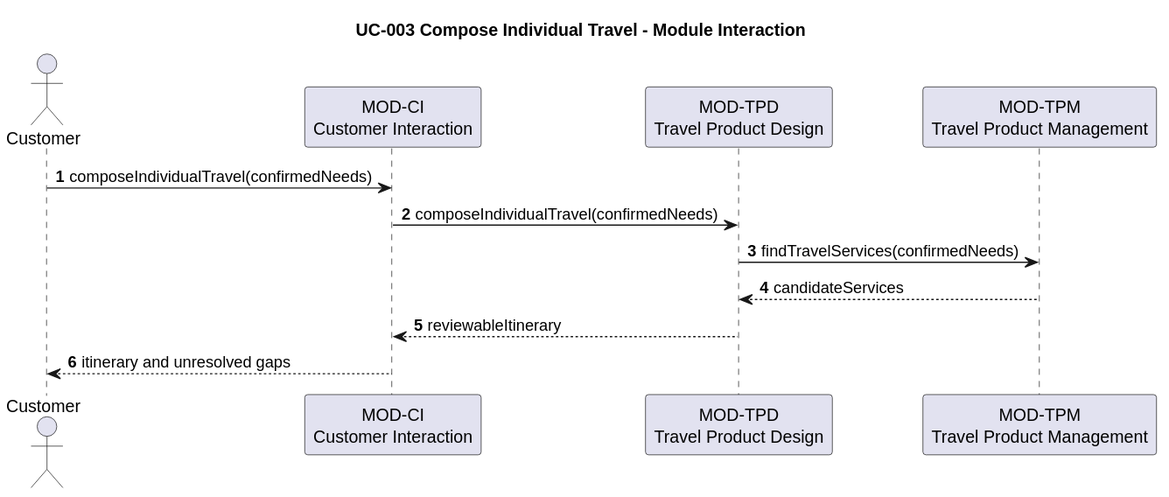
Earlier version of the PlantUML export docs/architecture/software-architecture/uc-003-compose-individual-travel.svg (hochschule-darmstadt/a3se_app).
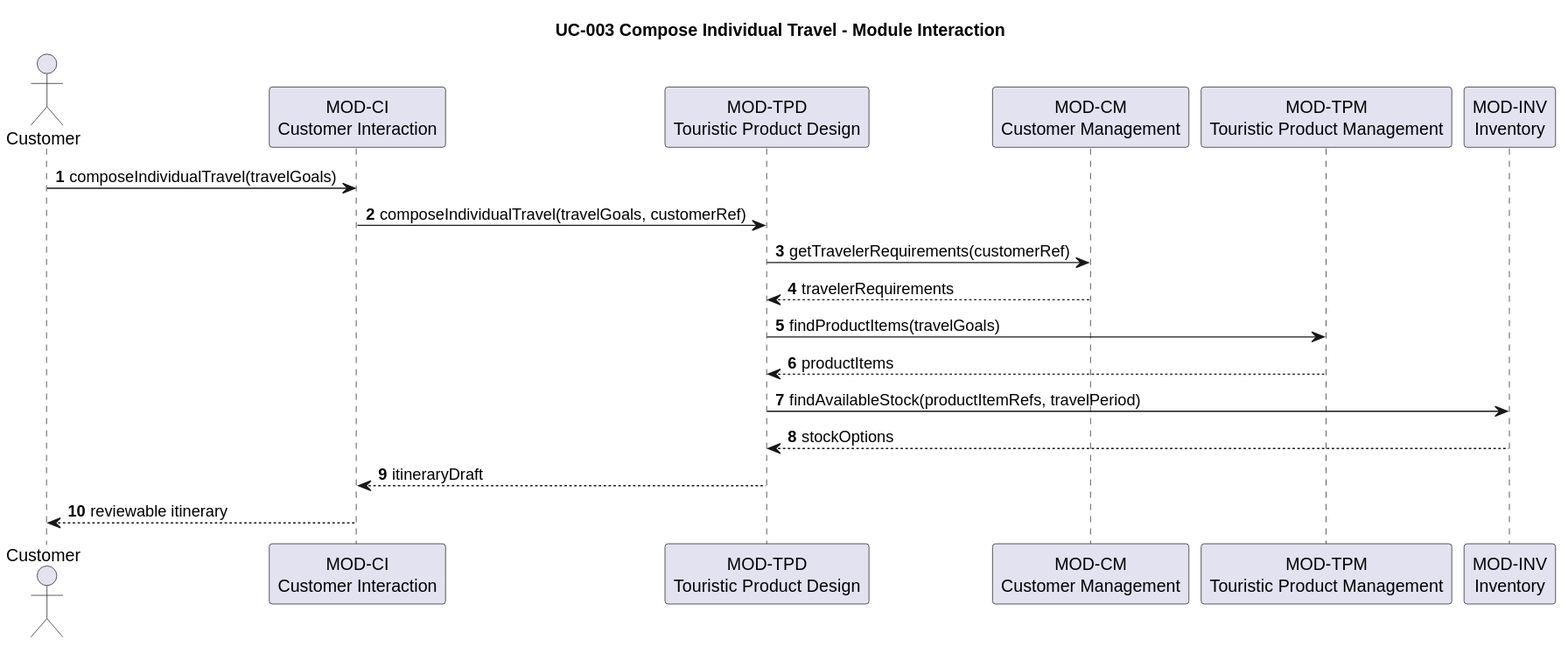
Later version of the same file.

Diff of the diagram source:
```diff
@@ -3,13 +3,19 @@
 autonumber
 actor Customer
 participant "MOD-CI\nCustomer Interaction" as CI
-participant "MOD-TPD\nTravel Product Design" as TPD
-participant "MOD-TPM\nTravel Product Management" as TPM
+participant "MOD-TPD\nTouristic Product Design" as TPD
+participant "MOD-CM\nCustomer Management" as CM
+participant "MOD-TPM\nTouristic Product Management" as TPM
+participant "MOD-INV\nInventory" as INV
 
-Customer -> CI: composeIndividualTravel(confirmedNeeds)
-CI -> TPD: composeIndividualTravel(confirmedNeeds)
-TPD -> TPM: findTravelServices(confirmedNeeds)
-TPM --> TPD: candidateServices
-TPD --> CI: reviewableItinerary
-CI --> Customer: itinerary and unresolved gaps
+Customer -> CI: composeIndividualTravel(travelGoals)
+CI -> TPD: composeIndividualTravel(travelGoals, customerRef)
+TPD -> CM: getTravelerRequirements(customerRef)
+CM --> TPD: travelerRequirements
+TPD -> TPM: findProductItems(travelGoals)
+TPM --> TPD: productItems
+TPD -> INV: findAvailableStock(productItemRefs, travelPeriod)
+INV --> TPD: stockOptions
+TPD --> CI: itineraryDraft
+CI --> Customer: reviewable itinerary
 @enduml
```
